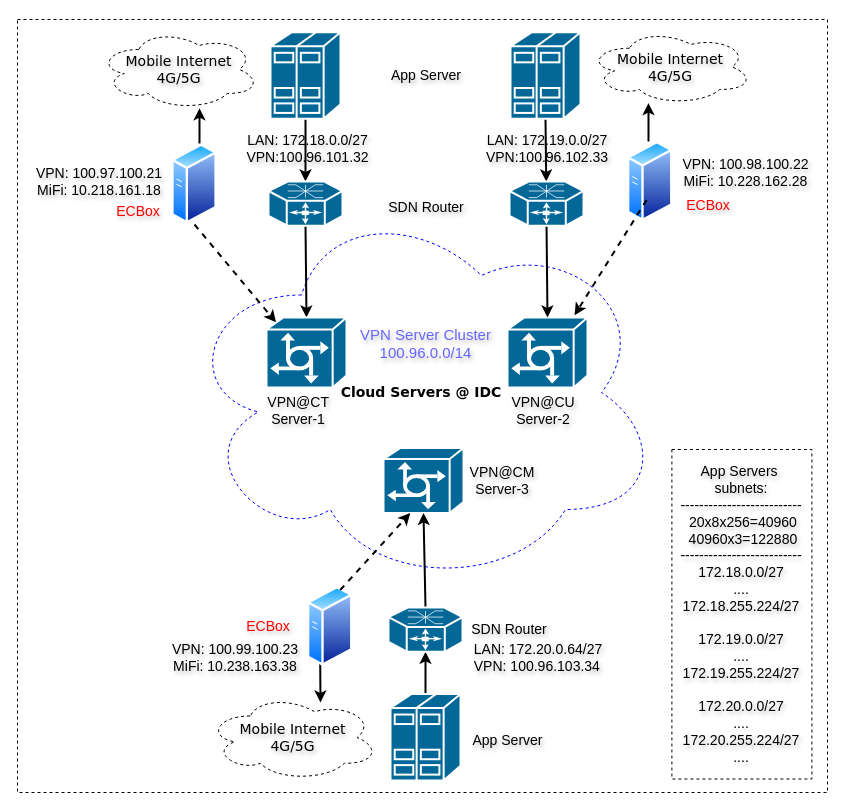
Before: Untitled Diagram.drawio in nxtreaming/andy_study, a draw.io diagram. Source tidied: cells renumbered, new cells numbered last; positions are measured from the earlier drawing's top-left corner, leaving out a move shared by most shapes. Both pictures are drawn from the tidied source at 100%, with x=0, y=0 at pixel (17, 19).
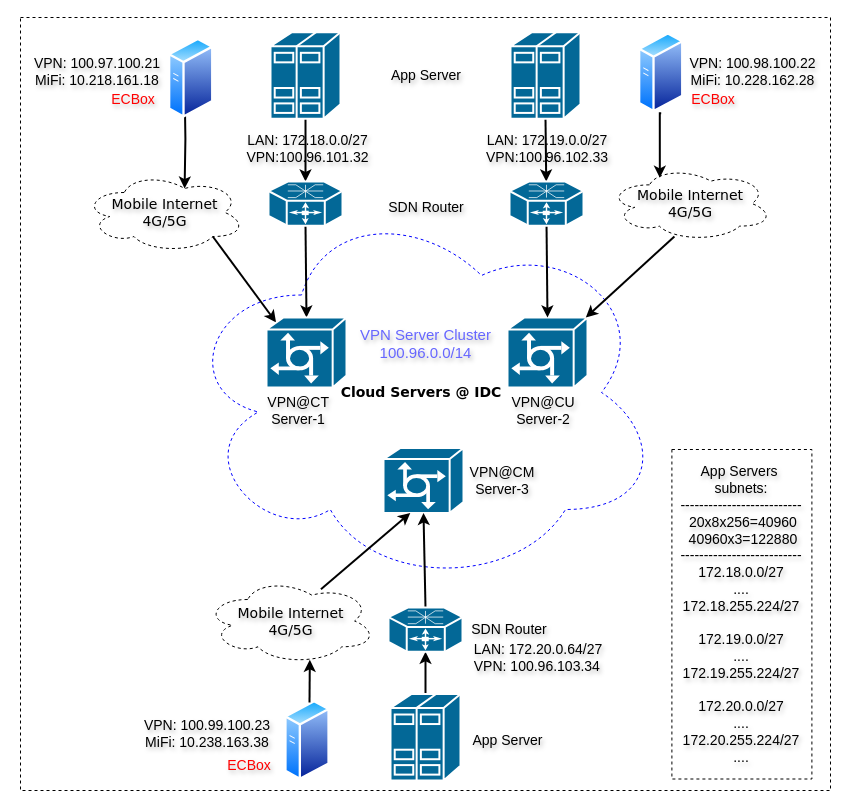
Above is the later version.

The change refers to these unchanged cells:
```xml
<mxCell id="9" style="shape=mxgraph.cisco.servers.communications_server;sketch=0;html=1;dashed=0;fillColor=#036897;strokeColor=#ffffff;strokeWidth=2;verticalLabelPosition=bottom;verticalAlign=top;align=center;outlineConnect=0;" parent="1" vertex="1">
  <mxGeometry x="490" y="298" width="80" height="70" as="geometry" />
</mxCell>
<mxCell id="48" style="shape=mxgraph.cisco.servers.communications_server;sketch=0;html=1;dashed=0;fillColor=#036897;strokeColor=#ffffff;strokeWidth=2;verticalLabelPosition=bottom;verticalAlign=top;align=center;outlineConnect=0;" parent="1" vertex="1">
  <mxGeometry x="249" y="298" width="80" height="70" as="geometry" />
</mxCell>
```

Diff of the diagram source:
```diff
@@
     <mxCell id="2" style="whiteSpace=wrap;html=1;fontColor=#0000FF;dashed=1;strokeWidth=1;" parent="1" vertex="1">
-      <mxGeometry width="810" height="773" as="geometry" />
+      <mxGeometry x="3" y="-2" width="810" height="773" as="geometry" />
     </mxCell>
@@
     <mxCell id="4" value="&lt;font style=&quot;font-size: 14px;&quot;&gt;Mobile Internet&lt;br&gt;4G/5G&lt;br&gt;&lt;/font&gt;" style="ellipse;shape=cloud;whiteSpace=wrap;html=1;rounded=0;shadow=0;comic=0;strokeWidth=1;fontFamily=Verdana;fontSize=12;dashed=1;textShadow=1;" parent="1" vertex="1">
-      <mxGeometry x="81" y="10" width="161" height="80" as="geometry" />
+      <mxGeometry x="66.5" y="153" width="161" height="80" as="geometry" />
     </mxCell>
@@
-    <mxCell id="6" style="edgeStyle=orthogonalEdgeStyle;rounded=0;jettySize=auto;html=1;strokeColor=#000000;strokeWidth=2;" parent="1" edge="1" target="4">
+    <mxCell id="6" style="edgeStyle=orthogonalEdgeStyle;rounded=0;jettySize=auto;html=1;strokeColor=#000000;strokeWidth=2;entryX=0.625;entryY=0.2;entryDx=0;entryDy=0;entryPerimeter=0;exitX=0.5;exitY=1;exitDx=0;exitDy=0;" parent="1" edge="1" target="4">
       <mxGeometry relative="1" as="geometry">
-        <mxPoint x="182" y="124" as="sourcePoint" />
-        <Array as="points">
-          <mxPoint x="182" y="105" />
-          <mxPoint x="182" y="105" />
-        </Array>
+        <mxPoint x="167.4" y="85" as="sourcePoint" />
       </mxGeometry>
     </mxCell>
@@
     <mxCell id="14" value="&lt;font style=&quot;font-size: 14px;&quot;&gt;Mobile Internet&lt;br&gt;4G/5G&lt;br&gt;&lt;/font&gt;" style="ellipse;shape=cloud;whiteSpace=wrap;html=1;rounded=0;shadow=0;comic=0;strokeWidth=1;fontFamily=Verdana;fontSize=12;dashed=1;textShadow=1;" parent="1" vertex="1">
-      <mxGeometry x="571" y="10" width="164" height="75" as="geometry" />
+      <mxGeometry x="591" y="146.6" width="164" height="75" as="geometry" />
     </mxCell>
@@
-    <mxCell id="16" style="edgeStyle=orthogonalEdgeStyle;rounded=0;jettySize=auto;html=1;strokeColor=#000000;strokeWidth=2;" parent="1" edge="1" target="14">
+    <mxCell id="16" style="edgeStyle=orthogonalEdgeStyle;rounded=0;jettySize=auto;html=1;strokeColor=#000000;strokeWidth=2;exitX=0.5;exitY=1;exitDx=0;exitDy=0;entryX=0.313;entryY=0.156;entryDx=0;entryDy=0;entryPerimeter=0;" parent="1" edge="1" source="42" target="14">
       <mxGeometry relative="1" as="geometry">
-        <mxPoint x="631" y="122" as="sourcePoint" />
         <Array as="points">
-          <mxPoint x="631" y="105" />
-          <mxPoint x="631" y="105" />
+          <mxPoint x="642" y="94" />
         </Array>
       </mxGeometry>
     </mxCell>
@@
     <mxCell id="19" value="&lt;font style=&quot;font-size: 14px;&quot;&gt;Mobile Internet&lt;br&gt;4G/5G&lt;br&gt;&lt;/font&gt;" style="ellipse;shape=cloud;whiteSpace=wrap;html=1;rounded=0;shadow=0;comic=0;strokeWidth=1;fontFamily=Verdana;fontSize=12;dashed=1;textShadow=1;" parent="1" vertex="1">
-      <mxGeometry x="190" y="675" width="171" height="86" as="geometry" />
+      <mxGeometry x="187.5" y="558.5" width="171" height="86" as="geometry" />
     </mxCell>
-    <mxCell id="20" style="edgeStyle=orthogonalEdgeStyle;rounded=0;jettySize=auto;html=1;strokeWidth=2;strokeColor=#000000;exitX=0.25;exitY=1;exitDx=0;exitDy=0;" parent="1" edge="1" source="41">
-      <mxGeometry relative="1" as="geometry">
-        <mxPoint x="303" y="683" as="targetPoint" />
-      </mxGeometry>
-    </mxCell>
@@
     <mxCell id="25" value="&lt;font style=&quot;font-size: 14px;&quot;&gt;VPN: 100.97.100.21&lt;br&gt;MiFi:&amp;nbsp;10.218.161.18&lt;br&gt;&lt;/font&gt;" style="text;strokeColor=none;align=center;fillColor=none;html=1;verticalAlign=middle;whiteSpace=wrap;rounded=0;textShadow=1;" parent="1" vertex="1">
-      <mxGeometry x="11" y="137" width="142" height="50" as="geometry" />
+      <mxGeometry x="9" y="27.2" width="142" height="50" as="geometry" />
     </mxCell>
     <mxCell id="26" value="&lt;font style=&quot;font-size: 14px;&quot;&gt;VPN: 100.98.100.22&lt;br&gt;MiFi:&amp;nbsp;10.228.162.28&lt;br&gt;&lt;/font&gt;" style="text;strokeColor=none;align=center;fillColor=none;html=1;verticalAlign=middle;whiteSpace=wrap;rounded=0;textShadow=1;" parent="1" vertex="1">
-      <mxGeometry x="655.4" y="128" width="147" height="50" as="geometry" />
+      <mxGeometry x="662" y="27" width="147" height="50" as="geometry" />
     </mxCell>
     <mxCell id="27" value="&lt;font style=&quot;font-size: 14px;&quot;&gt;VPN: 100.99.100.23&lt;br&gt;MiFi: 10.238.163.38&lt;br&gt;&lt;/font&gt;" style="text;strokeColor=none;align=center;fillColor=none;html=1;verticalAlign=middle;whiteSpace=wrap;rounded=0;textShadow=1;" parent="1" vertex="1">
-      <mxGeometry x="146" y="612.1" width="144" height="50.9" as="geometry" />
+      <mxGeometry x="117.5" y="688.1" width="144" height="50.9" as="geometry" />
     </mxCell>
@@
     <mxCell id="40" style="image;perimeter=ellipsePerimeter;html=1;align=center;shadow=0;dashed=0;spacingTop=3;image=img/lib/active_directory/generic_server.svg;" parent="1" vertex="1">
-      <mxGeometry x="154.3" y="124" width="45.4" height="81" as="geometry" />
+      <mxGeometry x="151" y="18.2" width="45.4" height="81" as="geometry" />
     </mxCell>
     <mxCell id="41" style="image;perimeter=ellipsePerimeter;html=1;align=center;shadow=0;dashed=0;spacingTop=3;image=img/lib/active_directory/generic_server.svg;" parent="1" vertex="1">
-      <mxGeometry x="290" y="566.4" width="45.4" height="81" as="geometry" />
+      <mxGeometry x="267.3" y="680.5" width="45.4" height="81" as="geometry" />
     </mxCell>
     <mxCell id="42" style="image;perimeter=ellipsePerimeter;html=1;align=center;shadow=0;dashed=0;spacingTop=3;image=img/lib/active_directory/generic_server.svg;" parent="1" vertex="1">
-      <mxGeometry x="610" y="121.5" width="45.4" height="81" as="geometry" />
+      <mxGeometry x="621" y="12.8" width="45.4" height="81" as="geometry" />
     </mxCell>
     <mxCell id="43" value="&lt;font color=&quot;#ff0000&quot; style=&quot;font-size: 14px;&quot;&gt;ECBox&lt;/font&gt;" style="text;strokeColor=none;align=center;fillColor=none;html=1;verticalAlign=middle;whiteSpace=wrap;rounded=0;textShadow=1;" parent="1" vertex="1">
-      <mxGeometry x="91" y="178.5" width="60" height="26.5" as="geometry" />
+      <mxGeometry x="86" y="67.2" width="60" height="26.5" as="geometry" />
     </mxCell>
     <mxCell id="44" value="&lt;font color=&quot;#ff0000&quot; style=&quot;font-size: 14px;&quot;&gt;ECBox&lt;/font&gt;" style="text;strokeColor=none;align=center;fillColor=none;html=1;verticalAlign=middle;whiteSpace=wrap;rounded=0;textShadow=1;" parent="1" vertex="1">
-      <mxGeometry x="221" y="593.6" width="60" height="26.5" as="geometry" />
+      <mxGeometry x="201.5" y="733" width="60" height="26.5" as="geometry" />
     </mxCell>
     <mxCell id="45" value="&lt;font color=&quot;#ff0000&quot; style=&quot;font-size: 14px;&quot;&gt;ECBox&lt;/font&gt;" style="text;strokeColor=none;align=center;fillColor=none;html=1;verticalAlign=middle;whiteSpace=wrap;rounded=0;textShadow=1;" parent="1" vertex="1">
-      <mxGeometry x="661" y="172.5" width="60" height="26.5" as="geometry" />
+      <mxGeometry x="666.4" y="67.2" width="60" height="26.5" as="geometry" />
     </mxCell>
@@
-    <mxCell id="47" style="edgeStyle=none;rounded=0;jettySize=auto;html=1;exitX=0.5;exitY=1;exitDx=0;exitDy=0;strokeColor=#000000;strokeWidth=2;dashed=1;entryX=0.12;entryY=0.07;entryDx=0;entryDy=0;entryPerimeter=0;" parent="1" edge="1" source="40" target="48">
+    <mxCell id="47" style="edgeStyle=none;rounded=0;jettySize=auto;html=1;strokeColor=#000000;strokeWidth=2;entryX=0.12;entryY=0.07;entryDx=0;entryDy=0;entryPerimeter=0;exitX=0.8;exitY=0.8;exitDx=0;exitDy=0;exitPerimeter=0;" parent="1" edge="1" source="4" target="48">
       <mxGeometry relative="1" as="geometry" />
     </mxCell>
@@
-    <mxCell id="49" style="edgeStyle=none;rounded=0;jettySize=auto;html=1;exitX=0.5;exitY=1;exitDx=0;exitDy=0;strokeColor=#000000;strokeWidth=2;dashed=1;entryX=0.838;entryY=-0.033;entryDx=0;entryDy=0;entryPerimeter=0;" parent="1" edge="1" target="9">
-      <mxGeometry relative="1" as="geometry">
-        <mxPoint x="629.1" y="180.5" as="sourcePoint" />
-      </mxGeometry>
+    <mxCell id="49" style="edgeStyle=none;rounded=0;jettySize=auto;html=1;exitX=0.402;exitY=0.938;exitDx=0;exitDy=0;strokeColor=#000000;strokeWidth=2;exitPerimeter=0;" parent="1" edge="1" source="14" target="9">
+      <mxGeometry relative="1" as="geometry" />
     </mxCell>
-    <mxCell id="50" style="edgeStyle=none;rounded=0;jettySize=auto;html=1;exitX=0.75;exitY=0;exitDx=0;exitDy=0;strokeWidth=2;dashed=1;" parent="1" edge="1" source="41">
+    <mxCell id="50" style="edgeStyle=none;rounded=0;jettySize=auto;html=1;exitX=0.678;exitY=0.132;exitDx=0;exitDy=0;strokeWidth=2;exitPerimeter=0;" parent="1" edge="1" source="19">
       <mxGeometry relative="1" as="geometry">
         <mxPoint x="392.8" y="493.5" as="targetPoint" />
       </mxGeometry>
     </mxCell>
+    <mxCell id="51" style="edgeStyle=none;rounded=0;jettySize=auto;html=1;strokeWidth=2;entryX=0.613;entryY=0.951;entryDx=0;entryDy=0;entryPerimeter=0;" parent="1" edge="1" target="19">
+      <mxGeometry relative="1" as="geometry">
+        <mxPoint x="292" y="683" as="sourcePoint" />
+      </mxGeometry>
+    </mxCell>
```
